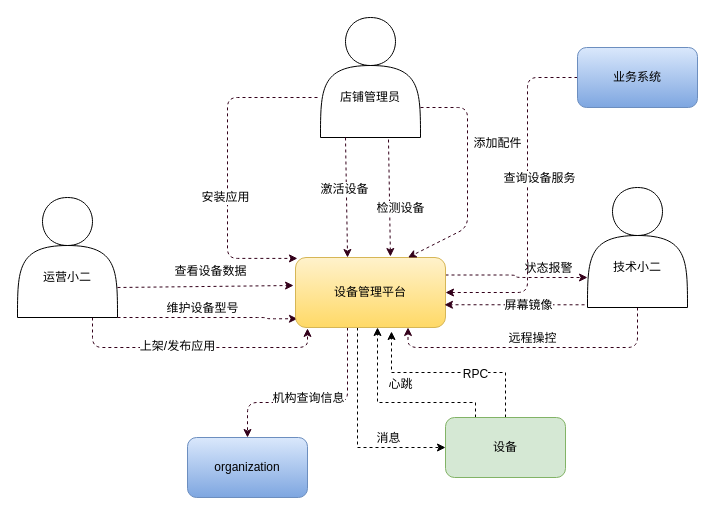
The draw.io diagram Untitled Diagram.drawio in zhangroc/hexo_blog, before the edit. Source tidied: cells renumbered, new cells numbered last; positions are measured from the earlier drawing's top-left corner, leaving out a move shared by most shapes. Both pictures are drawn from the tidied source at 100%, with x=0, y=0 at pixel (17, 17).
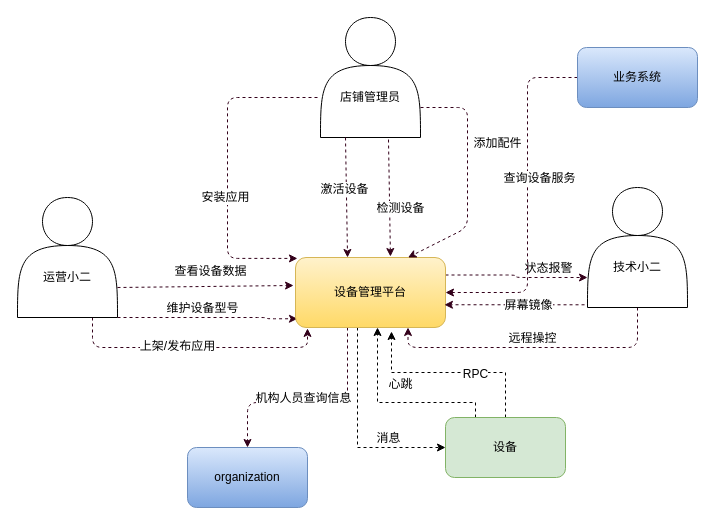
The same diagram, later.

Unchanged cells that the change refers to:
```xml
<mxCell id="14" style="edgeStyle=orthogonalEdgeStyle;rounded=1;jettySize=auto;html=1;dashed=1;strokeColor=#33001A;strokeWidth=1;" parent="1" edge="1" source="18" target="33">
  <mxGeometry relative="1" as="geometry">
    <Array as="points">
      <mxPoint x="330" y="385" />
      <mxPoint x="230" y="385" />
    </Array>
  </mxGeometry>
</mxCell>
```

What changed in the source:
```diff
@@
-    <mxCell id="15" value="机构查询信息" style="text;html=1;align=center;verticalAlign=middle;labelBackgroundColor=#ffffff;" parent="14" vertex="1">
+    <mxCell id="15" value="机构人员查询信息" style="text;html=1;align=center;verticalAlign=middle;labelBackgroundColor=#ffffff;" parent="14" vertex="1">
       <mxGeometry x="0.02" y="3" relative="1" as="geometry">
         <mxPoint x="-8" y="-8" as="offset" />
       </mxGeometry>
     </mxCell>
@@
     <mxCell id="33" value="&lt;span&gt;organization&lt;/span&gt;" style="rounded=1;whiteSpace=wrap;html=1;gradientColor=#7ea6e0;fillColor=#dae8fc;strokeColor=#6c8ebf;" parent="1" vertex="1">
-      <mxGeometry x="170" y="420" width="120" height="60" as="geometry" />
+      <mxGeometry x="170" y="430" width="120" height="60" as="geometry" />
     </mxCell>
```
